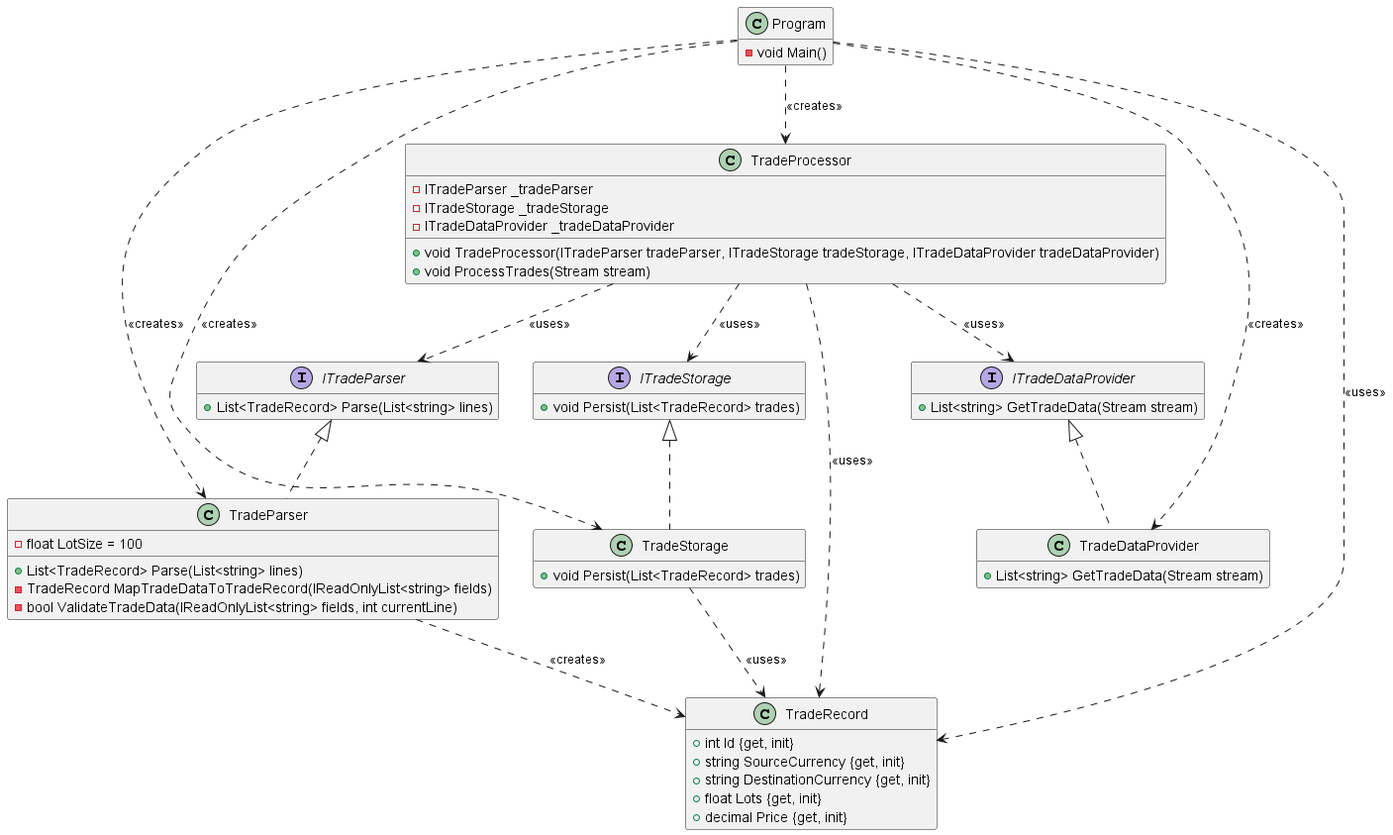
Shane-Wilson-class/solid-project-1 keeps this PlantUML diagram as solid-project-1/After.png. Above is the earlier version.
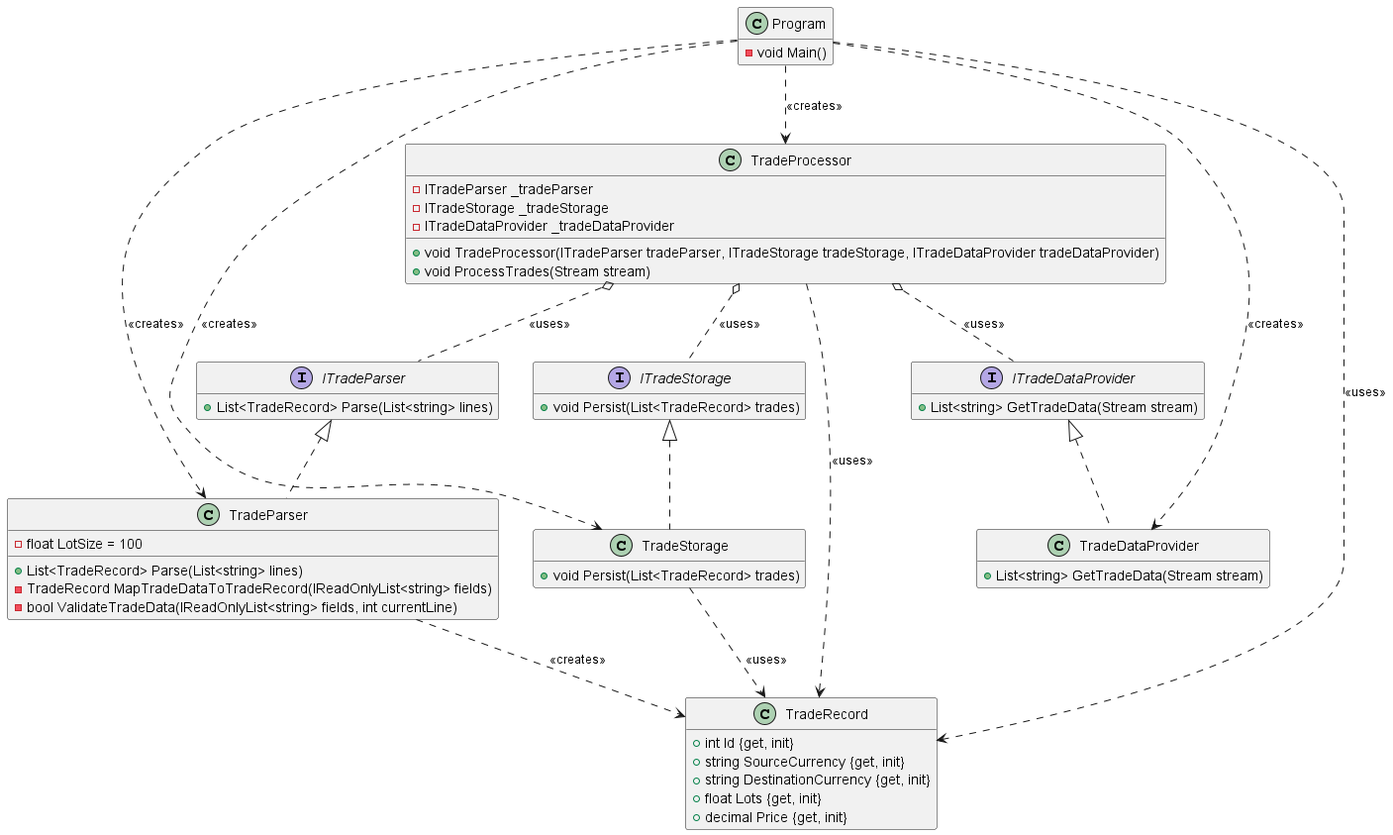
Later version of the same file.

Commit message:
Update relationship within TradeProcessor in puml diagram

Updated the inheritance arrows direction within the TradeProcessor class in the puml diagram file. This change was needed to accurately depict the relationship between TradeProcessor, ITradeParser, and ITradeStorage.

What changed in the source:
```diff
@@ -52,9 +52,9 @@
 TradeDataProvider ..up|> ITradeDataProvider
 TradeParser ..up|> ITradeParser
 TradeStorage ..up|> ITradeStorage
-TradeProcessor ..> ITradeDataProvider: <<uses>>
-TradeProcessor ..> ITradeParser: <<uses>>
-TradeProcessor ..> ITradeStorage: <<uses>>
+TradeProcessor o.. ITradeDataProvider: <<uses>>
+TradeProcessor o.. ITradeParser: <<uses>>
+TradeProcessor o.. ITradeStorage: <<uses>>
 TradeProcessor ..> TradeRecord: <<uses>>
 TradeParser ..> TradeRecord: <<creates>>
 TradeStorage ..> TradeRecord: <<uses>>
```
